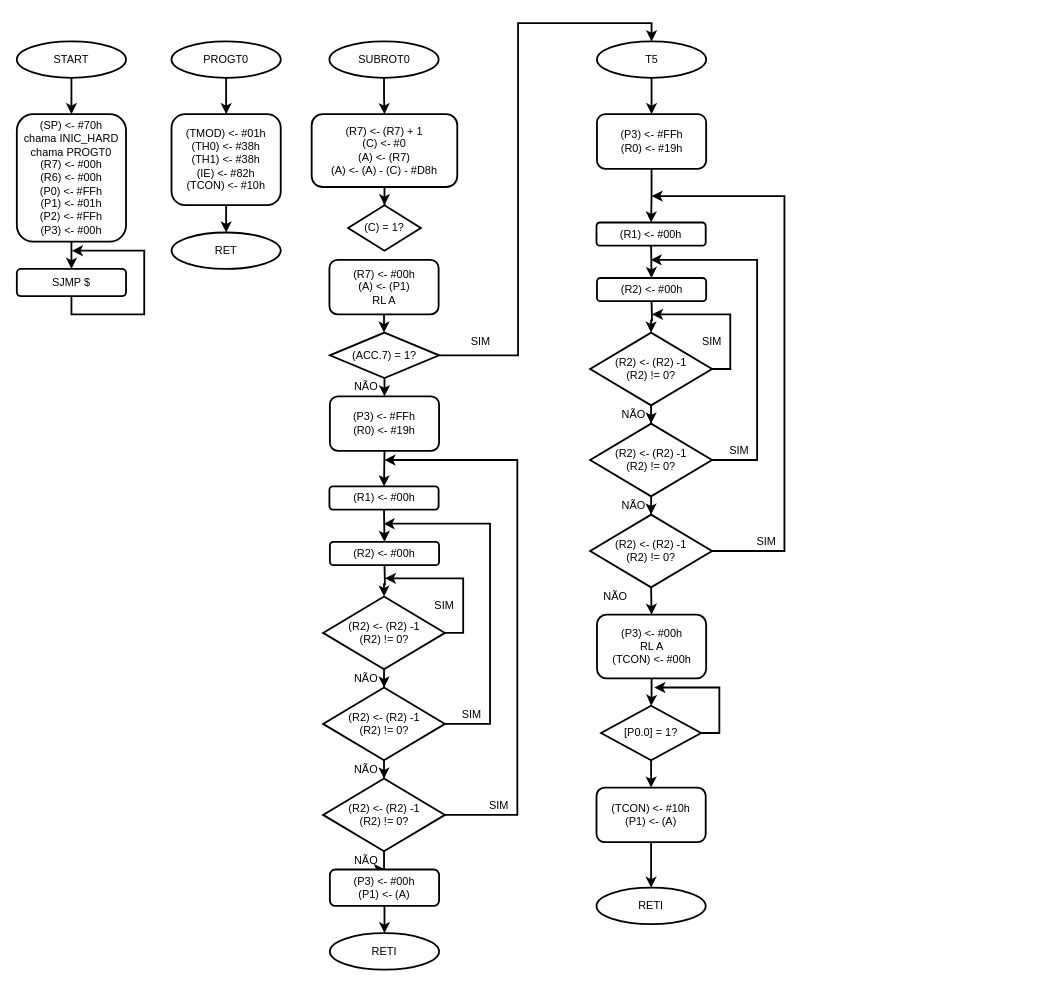
Earlier version of the draw.io diagram Untitled Diagram.drawio (mcaccelli/digitaisIII). Source tidied: cells renumbered, new cells numbered last; positions are measured from the earlier drawing's top-left corner, leaving out a move shared by most shapes. Both pictures are drawn from the tidied source at 91%, with x=0, y=0 at pixel (16, 41).
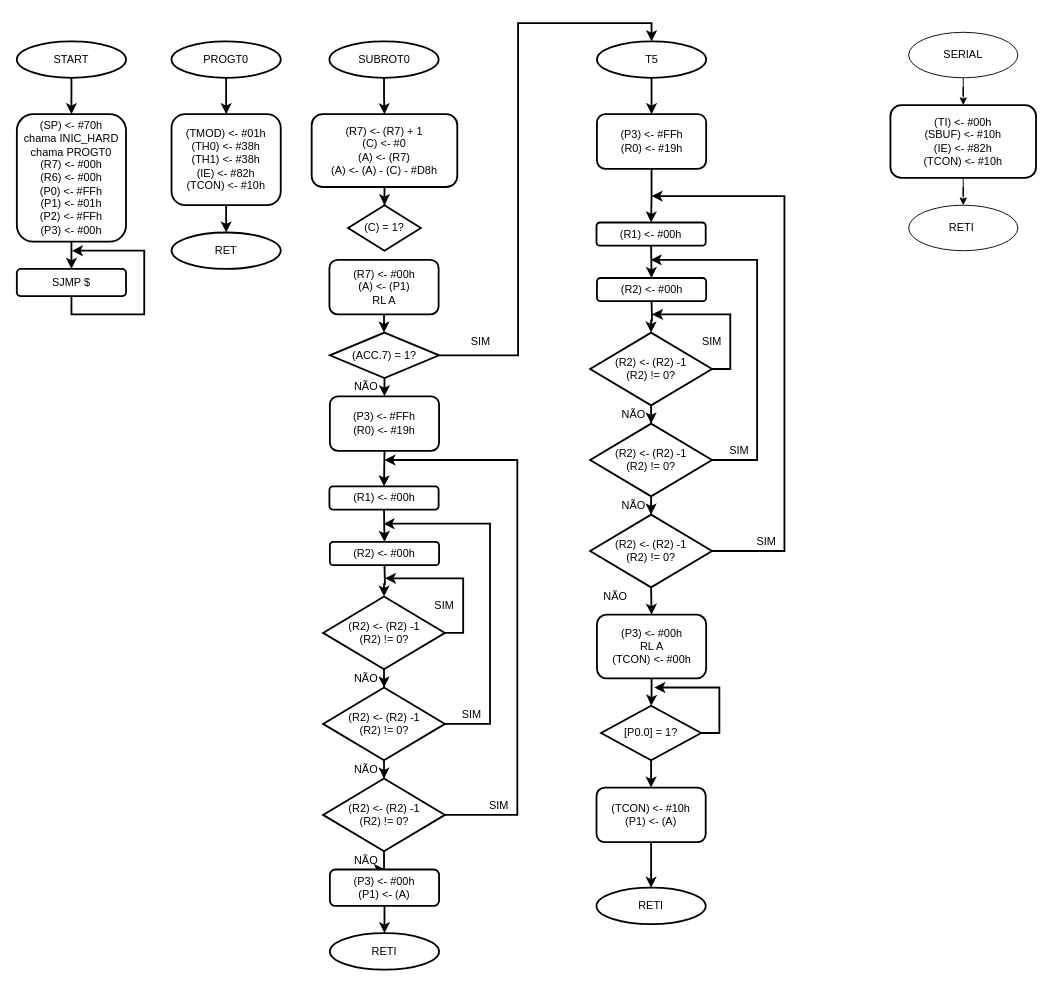
After the change.

Change to the diagram source:
```diff
@@
+    <mxCell id="80" style="edgeStyle=orthogonalEdgeStyle;rounded=0;jettySize=auto;html=1;" parent="1" edge="1" source="81" target="83">
+      <mxGeometry relative="1" as="geometry" />
+    </mxCell>
+    <mxCell id="81" value="SERIAL" style="ellipse;whiteSpace=wrap;html=1;" parent="1" vertex="1">
+      <mxGeometry x="980" y="-10" width="120" height="50" as="geometry" />
+    </mxCell>
+    <mxCell id="82" style="edgeStyle=orthogonalEdgeStyle;rounded=0;jettySize=auto;html=1;" parent="1" edge="1" source="83" target="84">
+      <mxGeometry relative="1" as="geometry" />
+    </mxCell>
+    <mxCell id="83" value="(TI) &amp;lt;- #00h&lt;br&gt;(SBUF) &amp;lt;- #10h&lt;br&gt;(IE) &amp;lt;- #82h&lt;br&gt;(TCON) &amp;lt;- #10h" style="rounded=1;whiteSpace=wrap;html=1;strokeWidth=2;" parent="1" vertex="1">
+      <mxGeometry x="960" y="70" width="160" height="80" as="geometry" />
+    </mxCell>
+    <mxCell id="84" value="RETI&amp;nbsp;" style="ellipse;whiteSpace=wrap;html=1;" parent="1" vertex="1">
+      <mxGeometry x="980" y="180" width="120" height="50" as="geometry" />
+    </mxCell>
```
